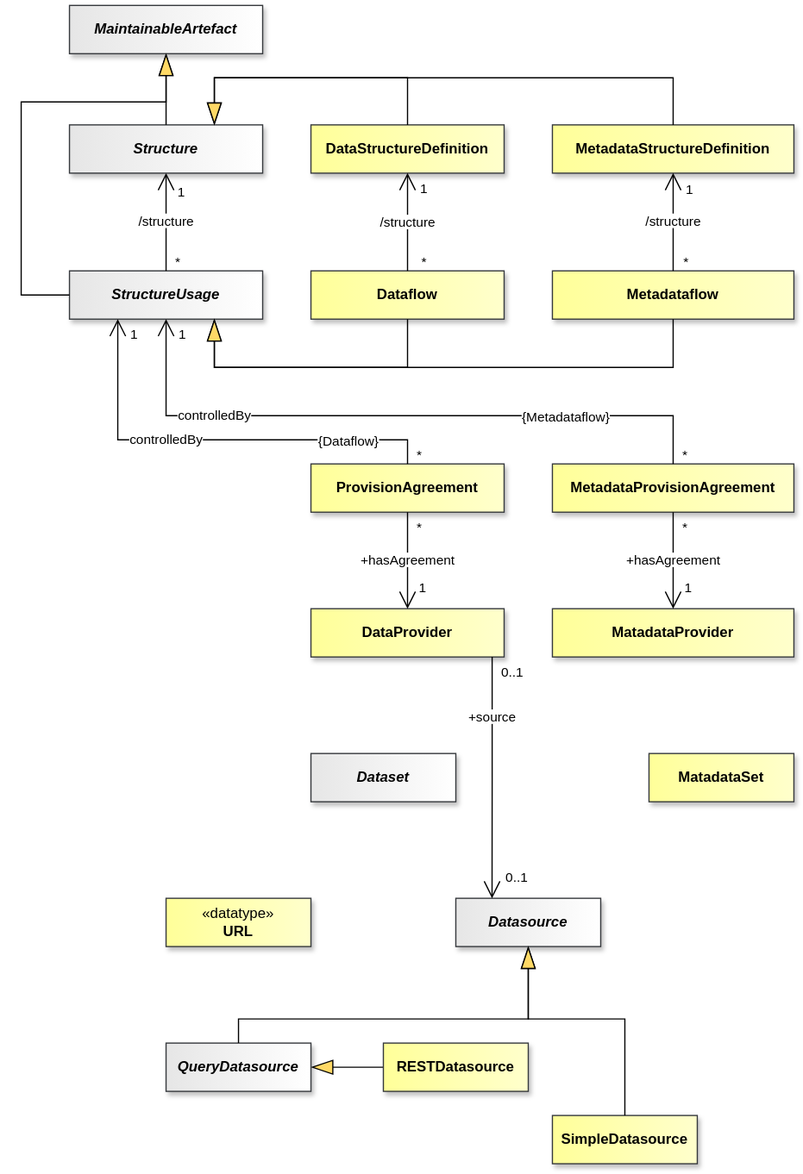
Above: docs/information_model/media/sdmx_registry-dataprovisioning.svg in sdmx-twg/sdmx-im (draw.io), before the change. Source tidied: cells renumbered, new cells last; positions are measured from the earlier drawing's top-left corner, leaving out a move shared by most shapes.
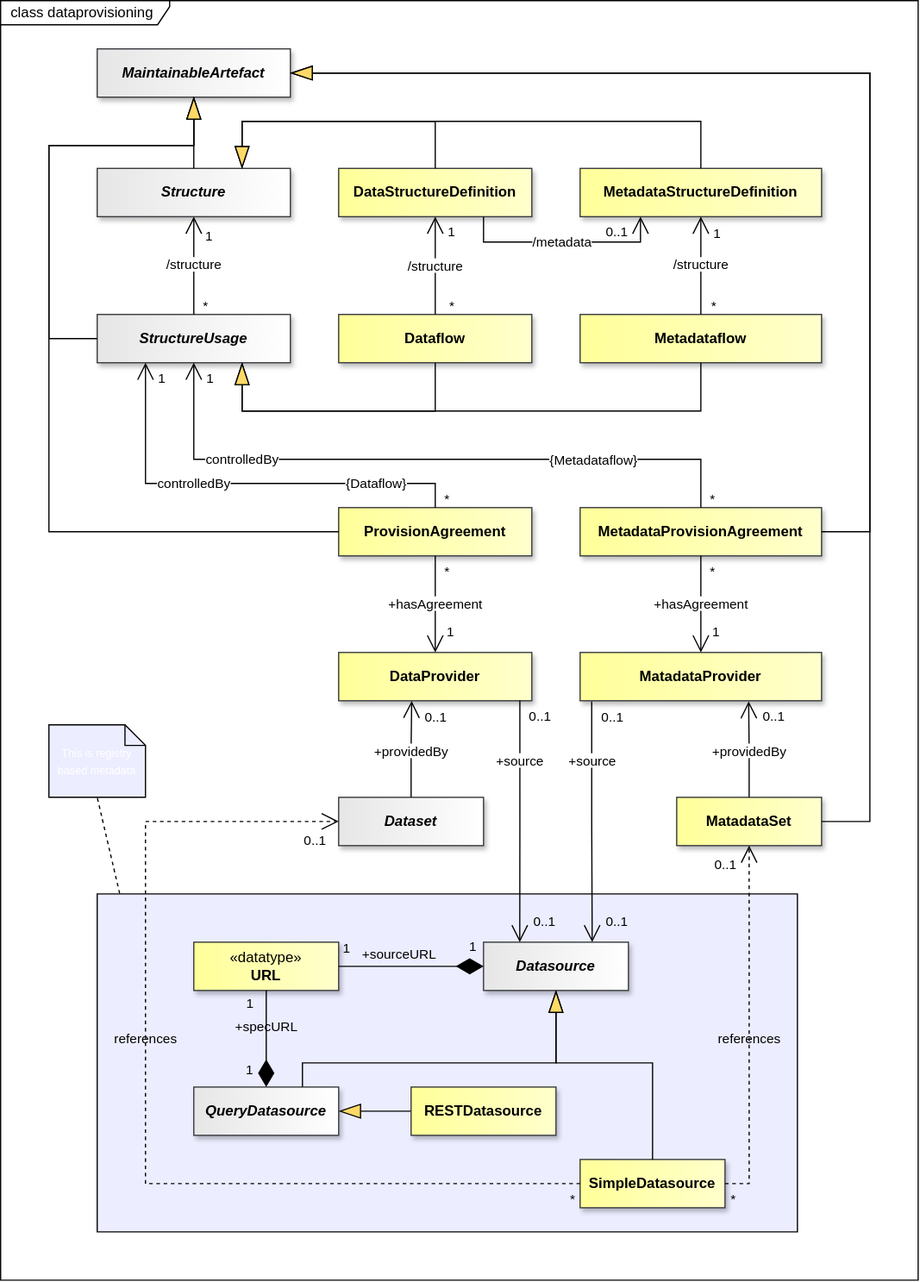
After the change.

What changed in the source:
```diff
@@ -2,6 +2,12 @@
   <root>
     <mxCell id="0" />
     <mxCell id="1" parent="0" />
+    <mxCell id="110" value="&amp;nbsp; class dataprovisioning" style="shape=umlFrame;whiteSpace=wrap;html=1;fillColor=light-dark(#FFFFFF,#121212);swimlaneFillColor=light-dark(#FFFFFF,#121212);width=140;height=20;align=left;" parent="1" vertex="1">
+      <mxGeometry x="-40" y="-40" width="760" height="1060" as="geometry" />
+    </mxCell>
+    <mxCell id="111" style="shape=note2;size=0;html=1;fillColor=light-dark(#ECEDFF,#333333);shadow=0;fontColor=light-dark(#000000,#000000);strokeColor=light-dark(#000000,#000000);verticalAlign=top;" parent="1" vertex="1">
+      <mxGeometry x="40" y="700" width="580" height="280" as="geometry" />
+    </mxCell>
     <mxCell id="2" style="endArrow=none;" parent="1" edge="1">
       <mxGeometry relative="1" as="geometry" />
     </mxCell>
@@ -379,10 +385,10 @@
     <mxCell id="104" value="&lt;span style=&quot;font-weight: normal;&quot;&gt;«datatype»&lt;/span&gt;&lt;br&gt;URL" style="whiteSpace=wrap;html=1;verticalAlign=middle;gradientDirection=east;imageVerticalAlign=top;fontStyle=1;fillColor=light-dark(#FFFF99,#FFFF99);strokeColor=#36393d;fontColor=light-dark(#000000,#000000);gradientColor=light-dark(#FFFFCC,#FFFFCC);shadow=1;" parent="1" vertex="1">
       <mxGeometry x="120" y="740" width="120" height="40" as="geometry" />
     </mxCell>
-    <mxCell id="105" style="endArrow=blockThin;endSize=16;endFill=1;html=1;rounded=0;entryX=0.5;entryY=1;entryDx=0;entryDy=0;startFill=0;endFillColor=light-dark(#FFD966,#FFD966);strokeColor=light-dark(#000000,#FFFFFF);startFillColor=light-dark(#000000,#FFFFFF);labelBackgroundColor=none;labelBorderColor=light-dark(#000000,#FFFFFF);exitX=0.5;exitY=0;exitDx=0;exitDy=0;" parent="1" edge="1" source="101" target="100">
-      <mxGeometry x="-0.4" relative="1" as="geometry">
+    <mxCell id="105" style="endArrow=blockThin;endSize=16;endFill=1;html=1;rounded=0;entryX=0.5;entryY=1;entryDx=0;entryDy=0;startFill=0;endFillColor=light-dark(#FFD966,#FFD966);strokeColor=light-dark(#000000,#FFFFFF);startFillColor=light-dark(#000000,#FFFFFF);labelBackgroundColor=none;labelBorderColor=light-dark(#000000,#FFFFFF);exitX=0.75;exitY=0;exitDx=0;exitDy=0;" parent="1" edge="1" source="101" target="100">
+      <mxGeometry x="-0.55" relative="1" as="geometry">
         <Array as="points">
-          <mxPoint x="180" y="840" />
+          <mxPoint x="210" y="840" />
           <mxPoint x="420" y="840" />
         </Array>
       </mxGeometry>
@@ -408,5 +414,136 @@
         <mxPoint x="30" y="-30" as="offset" />
       </mxGeometry>
     </mxCell>
+    <mxCell id="112" value="&lt;span style=&quot;background-color: light-dark(#ffffff, var(--ge-dark-color, #121212));&quot;&gt;+source&lt;/span&gt;" style="endArrow=open;html=1;endSize=12;startArrow=none;startSize=20;startFill=0;edgeStyle=orthogonalEdgeStyle;rounded=0;endFill=0;strokeColor=light-dark(#000000,#FFFFFF);fontColor=light-dark(#000000,#FFFFFF);labelBackgroundColor=none;entryX=0.75;entryY=0;entryDx=0;entryDy=0;exitX=0.048;exitY=1.018;exitDx=0;exitDy=0;exitPerimeter=0;" parent="1" edge="1" source="70" target="100">
+      <mxGeometry x="-0.51" relative="1" as="geometry" />
+    </mxCell>
+    <mxCell id="113" value="0..1" style="edgeLabel;html=1;align=left;verticalAlign=top;labelBackgroundColor=none;fontColor=light-dark(#000000,#FFFFFF);" parent="112" vertex="1">
+      <mxGeometry x="-1" relative="1" as="geometry">
+        <mxPoint x="6" as="offset" />
+      </mxGeometry>
+    </mxCell>
+    <mxCell id="114" value="0..1" style="edgeLabel;html=1;align=right;verticalAlign=top;labelBackgroundColor=none;fontColor=light-dark(#000000,#FFFFFF);" parent="112" vertex="1">
+      <mxGeometry x="1" relative="1" as="geometry">
+        <mxPoint x="30" y="-30" as="offset" />
+      </mxGeometry>
+    </mxCell>
+    <mxCell id="115" value="&lt;span style=&quot;background-color: light-dark(#ffffff, var(--ge-dark-color, #121212));&quot;&gt;+providedBy&lt;/span&gt;" style="endArrow=open;html=1;endSize=12;startArrow=none;startSize=20;startFill=0;edgeStyle=orthogonalEdgeStyle;rounded=0;endFill=0;strokeColor=light-dark(#000000,#FFFFFF);fontColor=light-dark(#000000,#FFFFFF);labelBackgroundColor=none;entryX=0.378;entryY=1.003;entryDx=0;entryDy=0;exitX=0.5;exitY=0;exitDx=0;exitDy=0;entryPerimeter=0;" parent="1" edge="1" source="73" target="65">
+      <mxGeometry x="-0.05" relative="1" as="geometry" />
+    </mxCell>
+    <mxCell id="116" value="0..1" style="edgeLabel;html=1;align=right;verticalAlign=top;labelBackgroundColor=none;fontColor=light-dark(#000000,#FFFFFF);" parent="115" vertex="1">
+      <mxGeometry x="1" relative="1" as="geometry">
+        <mxPoint x="30" as="offset" />
+      </mxGeometry>
+    </mxCell>
+    <mxCell id="117" value="&lt;span style=&quot;background-color: light-dark(#ffffff, var(--ge-dark-color, #121212));&quot;&gt;+providedBy&lt;/span&gt;" style="endArrow=open;html=1;endSize=12;startArrow=none;startSize=20;startFill=0;edgeStyle=orthogonalEdgeStyle;rounded=0;endFill=0;strokeColor=light-dark(#000000,#FFFFFF);fontColor=light-dark(#000000,#FFFFFF);labelBackgroundColor=none;entryX=0.698;entryY=1.011;entryDx=0;entryDy=0;exitX=0.5;exitY=0;exitDx=0;exitDy=0;entryPerimeter=0;" parent="1" edge="1" source="72" target="70">
+      <mxGeometry x="-0.05" relative="1" as="geometry" />
+    </mxCell>
+    <mxCell id="118" value="0..1" style="edgeLabel;html=1;align=right;verticalAlign=top;labelBackgroundColor=none;fontColor=light-dark(#000000,#FFFFFF);" parent="117" vertex="1">
+      <mxGeometry x="1" relative="1" as="geometry">
+        <mxPoint x="30" as="offset" />
+      </mxGeometry>
+    </mxCell>
+    <mxCell id="119" value="&lt;span&gt;+sourceURL&lt;/span&gt;" style="endArrow=none;html=1;endSize=12;startArrow=diamondThin;startSize=20;startFill=1;edgeStyle=orthogonalEdgeStyle;rounded=0;endFill=0;strokeColor=light-dark(#000000,#FFFFFF);fontColor=light-dark(#000000,#FFFFFF);labelBackgroundColor=none;exitX=0;exitY=0.5;exitDx=0;exitDy=0;entryX=1;entryY=0.5;entryDx=0;entryDy=0;" parent="1" edge="1" source="100" target="104">
+      <mxGeometry x="0.17" y="-10" relative="1" as="geometry" />
+    </mxCell>
+    <mxCell id="120" value="1" style="edgeLabel;html=1;align=right;verticalAlign=top;labelBackgroundColor=none;fontColor=light-dark(#000000,#FFFFFF);" parent="119" vertex="1">
+      <mxGeometry x="1" relative="1" as="geometry">
+        <mxPoint x="10" y="-28" as="offset" />
+      </mxGeometry>
+    </mxCell>
+    <mxCell id="121" value="1" style="edgeLabel;html=1;align=center;verticalAlign=middle;labelBackgroundColor=none;" parent="119" vertex="1">
+      <mxGeometry x="-0.77" y="-1" relative="1" as="geometry">
+        <mxPoint x="4" y="-15" as="offset" />
+      </mxGeometry>
+    </mxCell>
+    <mxCell id="122" value="&lt;span&gt;+specURL&lt;/span&gt;" style="endArrow=none;html=1;endSize=12;startArrow=diamondThin;startSize=20;startFill=1;edgeStyle=orthogonalEdgeStyle;rounded=0;endFill=0;strokeColor=light-dark(#000000,#FFFFFF);fontColor=light-dark(#000000,#FFFFFF);labelBackgroundColor=none;exitX=0.5;exitY=0;exitDx=0;exitDy=0;entryX=0.5;entryY=1;entryDx=0;entryDy=0;" parent="1" edge="1" source="101" target="104">
+      <mxGeometry x="0.25" relative="1" as="geometry" />
+    </mxCell>
+    <mxCell id="123" value="1" style="edgeLabel;html=1;align=right;verticalAlign=top;labelBackgroundColor=none;fontColor=light-dark(#000000,#FFFFFF);" parent="122" vertex="1">
+      <mxGeometry x="1" relative="1" as="geometry">
+        <mxPoint x="-10" y="-2" as="offset" />
+      </mxGeometry>
+    </mxCell>
+    <mxCell id="124" value="1" style="edgeLabel;html=1;align=center;verticalAlign=middle;labelBackgroundColor=none;" parent="122" vertex="1">
+      <mxGeometry x="-0.55" y="-1" relative="1" as="geometry">
+        <mxPoint x="-15" y="4" as="offset" />
+      </mxGeometry>
+    </mxCell>
+    <mxCell id="125" value="&lt;span&gt;references&lt;/span&gt;" style="endArrow=open;html=1;endSize=12;startArrow=none;startSize=20;startFill=0;edgeStyle=orthogonalEdgeStyle;rounded=0;endFill=0;strokeColor=light-dark(#000000,#FFFFFF);fontColor=light-dark(#000000,#FFFFFF);labelBackgroundColor=none;entryX=0;entryY=0.5;entryDx=0;entryDy=0;exitX=0;exitY=0.5;exitDx=0;exitDy=0;dashed=1;" parent="1" edge="1" source="103" target="73">
+      <mxGeometry x="0.17" relative="1" as="geometry">
+        <Array as="points">
+          <mxPoint x="80" y="940" />
+          <mxPoint x="80" y="640" />
+        </Array>
+      </mxGeometry>
+    </mxCell>
+    <mxCell id="126" value="*" style="edgeLabel;html=1;align=left;verticalAlign=top;labelBackgroundColor=none;fontColor=light-dark(#000000,#FFFFFF);" parent="125" vertex="1">
+      <mxGeometry x="-1" relative="1" as="geometry">
+        <mxPoint x="-10" as="offset" />
+      </mxGeometry>
+    </mxCell>
+    <mxCell id="127" value="0..1" style="edgeLabel;html=1;align=right;verticalAlign=top;labelBackgroundColor=none;fontColor=light-dark(#000000,#FFFFFF);" parent="125" vertex="1">
+      <mxGeometry x="1" relative="1" as="geometry">
+        <mxPoint x="-10" y="3" as="offset" />
+      </mxGeometry>
+    </mxCell>
+    <mxCell id="128" value="&lt;span&gt;references&lt;/span&gt;" style="endArrow=open;html=1;endSize=12;startArrow=none;startSize=20;startFill=0;edgeStyle=orthogonalEdgeStyle;rounded=0;endFill=0;strokeColor=light-dark(#000000,#FFFFFF);fontColor=light-dark(#000000,#FFFFFF);labelBackgroundColor=none;entryX=0.5;entryY=1;entryDx=0;entryDy=0;exitX=1;exitY=0.5;exitDx=0;exitDy=0;dashed=1;" parent="1" edge="1" source="103" target="72">
+      <mxGeometry x="-0.07" relative="1" as="geometry" />
+    </mxCell>
+    <mxCell id="129" value="*" style="edgeLabel;html=1;align=left;verticalAlign=top;labelBackgroundColor=none;fontColor=light-dark(#000000,#FFFFFF);" parent="128" vertex="1">
+      <mxGeometry x="-1" relative="1" as="geometry">
+        <mxPoint x="3" as="offset" />
+      </mxGeometry>
+    </mxCell>
+    <mxCell id="130" value="0..1" style="edgeLabel;html=1;align=right;verticalAlign=top;labelBackgroundColor=none;fontColor=light-dark(#000000,#FFFFFF);" parent="128" vertex="1">
+      <mxGeometry x="1" relative="1" as="geometry">
+        <mxPoint x="-10" y="3" as="offset" />
+      </mxGeometry>
+    </mxCell>
+    <mxCell id="131" style="endArrow=blockThin;endSize=16;endFill=1;html=1;rounded=0;entryX=1;entryY=0.5;entryDx=0;entryDy=0;startFill=0;endFillColor=light-dark(#FFD966,#FFD966);strokeColor=light-dark(#000000,#FFFFFF);startFillColor=light-dark(#000000,#FFFFFF);labelBackgroundColor=none;labelBorderColor=light-dark(#000000,#FFFFFF);exitX=1;exitY=0.5;exitDx=0;exitDy=0;" parent="1" edge="1" source="72" target="68">
+      <mxGeometry x="-0.4" relative="1" as="geometry">
+        <Array as="points">
+          <mxPoint x="680" y="640" />
+          <mxPoint x="680" y="20" />
+        </Array>
+      </mxGeometry>
+    </mxCell>
+    <mxCell id="132" style="endArrow=blockThin;endSize=16;endFill=1;html=1;rounded=0;entryX=1;entryY=0.5;entryDx=0;entryDy=0;startFill=0;endFillColor=light-dark(#FFD966,#FFD966);strokeColor=light-dark(#000000,#FFFFFF);startFillColor=light-dark(#000000,#FFFFFF);labelBackgroundColor=none;labelBorderColor=light-dark(#000000,#FFFFFF);exitX=1;exitY=0.5;exitDx=0;exitDy=0;" parent="1" edge="1" source="71" target="68">
+      <mxGeometry x="-0.22" relative="1" as="geometry">
+        <Array as="points">
+          <mxPoint x="680" y="400" />
+          <mxPoint x="680" y="20" />
+        </Array>
+      </mxGeometry>
+    </mxCell>
+    <mxCell id="133" style="endArrow=blockThin;endSize=16;endFill=1;html=1;rounded=0;entryX=0.5;entryY=1;entryDx=0;entryDy=0;startFill=0;endFillColor=light-dark(#FFD966,#FFD966);strokeColor=light-dark(#000000,#FFFFFF);startFillColor=light-dark(#000000,#FFFFFF);labelBackgroundColor=none;labelBorderColor=light-dark(#000000,#FFFFFF);exitX=0;exitY=0.5;exitDx=0;exitDy=0;" parent="1" edge="1" source="66" target="68">
+      <mxGeometry x="0.26" relative="1" as="geometry">
+        <Array as="points">
+          <mxPoint y="400" />
+          <mxPoint y="240" />
+          <mxPoint y="80" />
+          <mxPoint x="120" y="80" />
+        </Array>
+      </mxGeometry>
+    </mxCell>
+    <mxCell id="134" style="edgeStyle=none;curved=1;rounded=0;jettySize=auto;html=1;fontSize=12;startSize=8;endSize=8;entryX=0.5;entryY=1;entryDx=0;entryDy=0;entryPerimeter=0;endArrow=none;endFill=0;dashed=1;exitX=0.032;exitY=-0.002;exitDx=0;exitDy=0;exitPerimeter=0;" parent="1" edge="1" source="111" target="135">
+      <mxGeometry x="0.87" y="11.46" relative="1" as="geometry" />
+    </mxCell>
+    <mxCell id="135" value="&lt;span style=&quot;font-size: 9px; text-align: left; white-space: normal; color: light-dark(rgb(255, 255, 255), rgb(255, 255, 255));&quot;&gt;This is registry based metadata&lt;/span&gt;" style="shape=note2;size=17;html=1;fillColor=light-dark(#ECEDFF,#333333);shadow=0;fontColor=light-dark(#000000,#000000);strokeColor=light-dark(#000000,#000000);verticalAlign=middle;whiteSpace=wrap;fontSize=11;" parent="1" vertex="1">
+      <mxGeometry y="560" width="80" height="60" as="geometry" />
+    </mxCell>
+    <mxCell id="136" value="&lt;span style=&quot;background-color: light-dark(#ffffff, var(--ge-dark-color, #121212));&quot;&gt;/metadata&lt;/span&gt;" style="endArrow=open;html=1;endSize=12;startArrow=none;startSize=20;startFill=0;edgeStyle=orthogonalEdgeStyle;rounded=0;endFill=0;strokeColor=light-dark(#000000,#FFFFFF);fontColor=light-dark(#000000,#FFFFFF);labelBackgroundColor=none;exitX=0.75;exitY=1;exitDx=0;exitDy=0;entryX=0.25;entryY=1;entryDx=0;entryDy=0;" parent="1" edge="1" source="62" target="63">
+      <mxGeometry relative="1" as="geometry">
+        <Array as="points">
+          <mxPoint x="360" y="160" />
+          <mxPoint x="490" y="160" />
+        </Array>
+      </mxGeometry>
+    </mxCell>
+    <mxCell id="137" value="0..1" style="edgeLabel;html=1;align=right;verticalAlign=top;labelBackgroundColor=none;fontColor=light-dark(#000000,#FFFFFF);" parent="136" vertex="1">
+      <mxGeometry x="1" relative="1" as="geometry">
+        <mxPoint x="-10" as="offset" />
+      </mxGeometry>
+    </mxCell>
   </root>
 </mxGraphModel>
```
